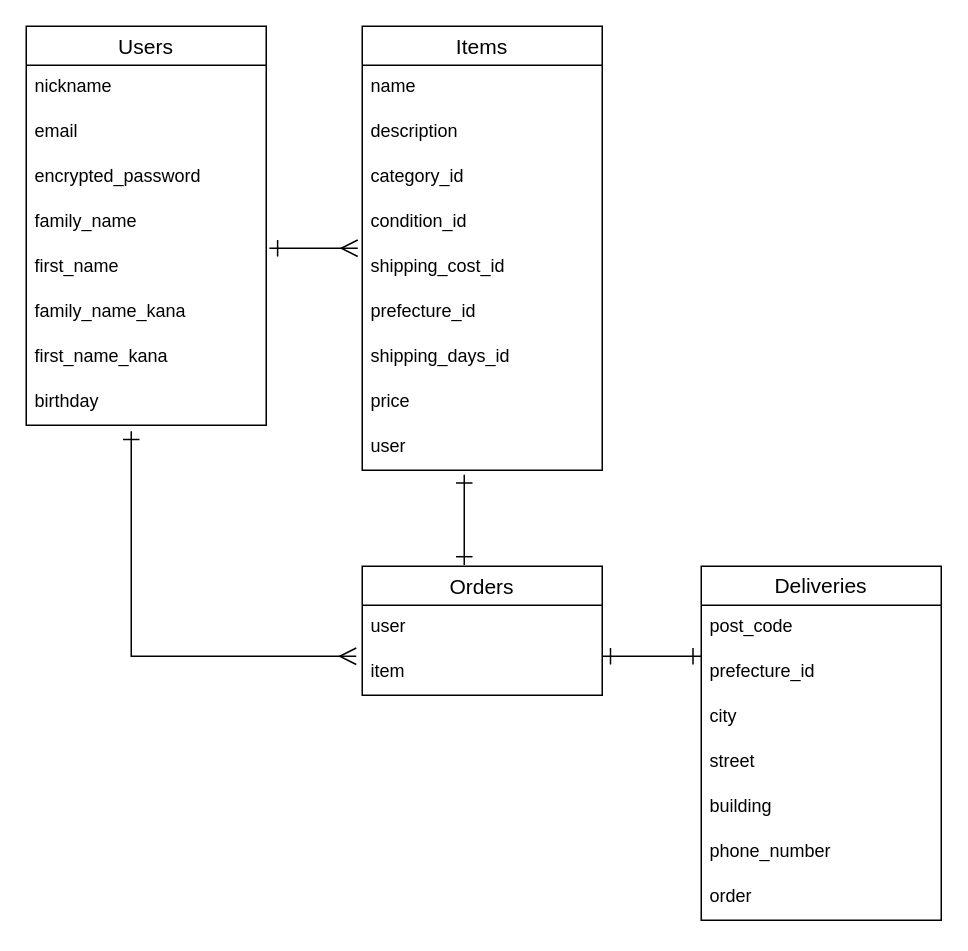
Above: app/furima.dio in lazykapo/furima-40874 (draw.io), before the change. Source tidied: cells renumbered, new cells numbered last; positions are measured from the earlier drawing's top-left corner, leaving out a move shared by most shapes. Both pictures are drawn from the tidied source at 150%, with x=0, y=0 at pixel (26, 26).
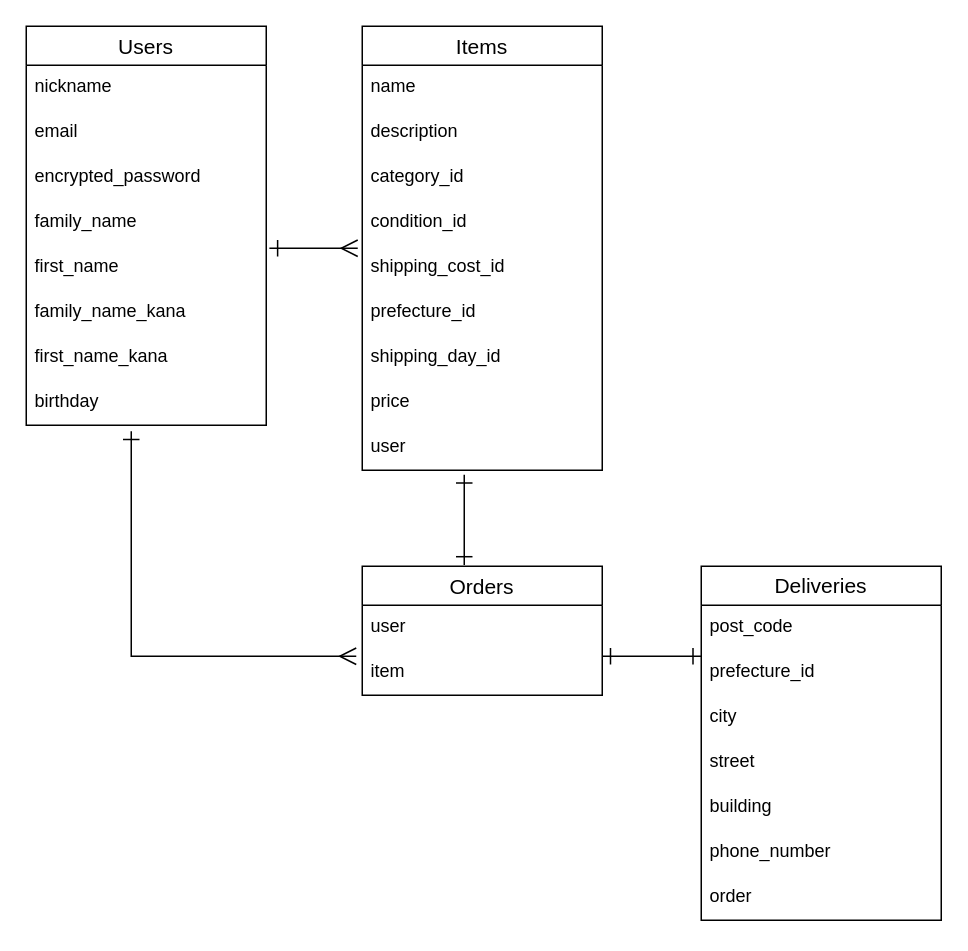
The same page after the edit.

Commit message (it also covers changes not shown here):
ER図・DB設計作成(再提出)1

Unchanged cells that the change refers to:
```xml
<mxCell id="11" value="Items" style="swimlane;fontStyle=0;horizontal=1;startSize=26;align=center;fontSize=14;" parent="1" vertex="1">
  <mxGeometry x="224" width="160" height="296" as="geometry" />
</mxCell>
```

What changed in the source:
```diff
@@
-    <mxCell id="18" value="shipping_days_id" style="text;strokeColor=none;fillColor=none;spacingLeft=4;spacingRight=4;overflow=hidden;fontSize=12;fontColor=default;" parent="11" vertex="1">
+    <mxCell id="18" value="shipping_day_id" style="text;strokeColor=none;fillColor=none;spacingLeft=4;spacingRight=4;overflow=hidden;fontSize=12;fontColor=default;" parent="11" vertex="1">
       <mxGeometry y="206" width="160" height="30" as="geometry" />
     </mxCell>
```
